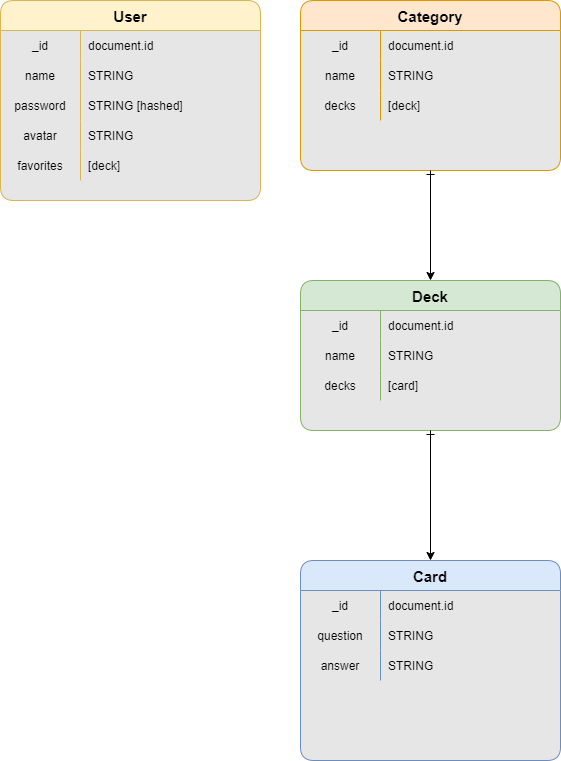
This is DevelUp-ERD.png from br1anlee/Develup-client, a draw.io export, as it was before one commit. Source tidied: cells renumbered, new cells last; positions are measured from the earlier drawing's top-left corner, leaving out a move shared by most shapes.
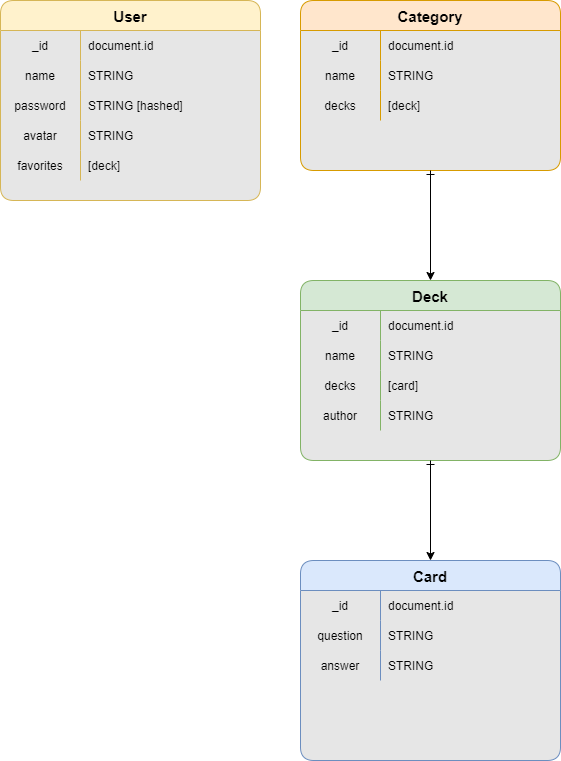
Above is the later version.

Change to the diagram source:
```diff
@@ -111,7 +111,7 @@
       <mxGeometry x="80" width="180" height="30" as="geometry" />
     </mxCell>
     <mxCell id="38" value="Deck" style="shape=table;startSize=30;rowLines=0;fontStyle=1;align=center;rounded=1;fillColor=#d5e8d4;strokeColor=#82b366;swimlaneFillColor=#E6E6E6;fontSize=15;fontFamily=Helvetica;" parent="1" vertex="1">
-      <mxGeometry x="300" y="280" width="260" height="150" as="geometry" />
+      <mxGeometry x="300" y="280" width="260" height="180" as="geometry" />
     </mxCell>
     <mxCell id="39" style="shape=tableRow;horizontal=0;startSize=0;swimlaneHead=0;swimlaneBody=0;fillColor=none;top=0;left=0;right=0;bottom=0;rounded=1;fontFamily=Helvetica;" parent="38" vertex="1">
       <mxGeometry y="30" width="260" height="30" as="geometry" />
@@ -140,6 +140,15 @@
     <mxCell id="47" value="[card]" style="shape=partialRectangle;fillColor=none;top=0;left=0;bottom=0;right=0;align=left;spacingLeft=6;overflow=hidden;rounded=1;fontFamily=Helvetica;" parent="45" vertex="1">
       <mxGeometry x="80" width="180" height="30" as="geometry" />
     </mxCell>
+    <mxCell id="50" style="shape=tableRow;horizontal=0;startSize=0;swimlaneHead=0;swimlaneBody=0;fillColor=none;top=0;left=0;right=0;bottom=0;rounded=1;fontFamily=Helvetica;" parent="38" vertex="1">
+      <mxGeometry y="120" width="260" height="30" as="geometry" />
+    </mxCell>
+    <mxCell id="51" value="author" style="shape=partialRectangle;fillColor=none;top=0;left=0;bottom=0;right=0;overflow=hidden;rounded=1;fontFamily=Helvetica;" parent="50" vertex="1">
+      <mxGeometry width="80" height="30" as="geometry" />
+    </mxCell>
+    <mxCell id="52" value="STRING" style="shape=partialRectangle;fillColor=none;top=0;left=0;bottom=0;right=0;align=left;spacingLeft=6;overflow=hidden;rounded=1;fontFamily=Helvetica;" parent="50" vertex="1">
+      <mxGeometry x="80" width="180" height="30" as="geometry" />
+    </mxCell>
     <mxCell id="48" style="edgeStyle=orthogonalEdgeStyle;fontSize=12;html=1;endArrow=classic;endFill=1;rounded=0;startArrow=ERone;startFill=0;jumpStyle=arc;fontFamily=Helvetica;curved=1;entryX=0.5;entryY=0;entryDx=0;entryDy=0;exitX=0.5;exitY=1;exitDx=0;exitDy=0;" parent="1" edge="1" source="18" target="38">
       <mxGeometry relative="1" as="geometry" />
     </mxCell>
```
